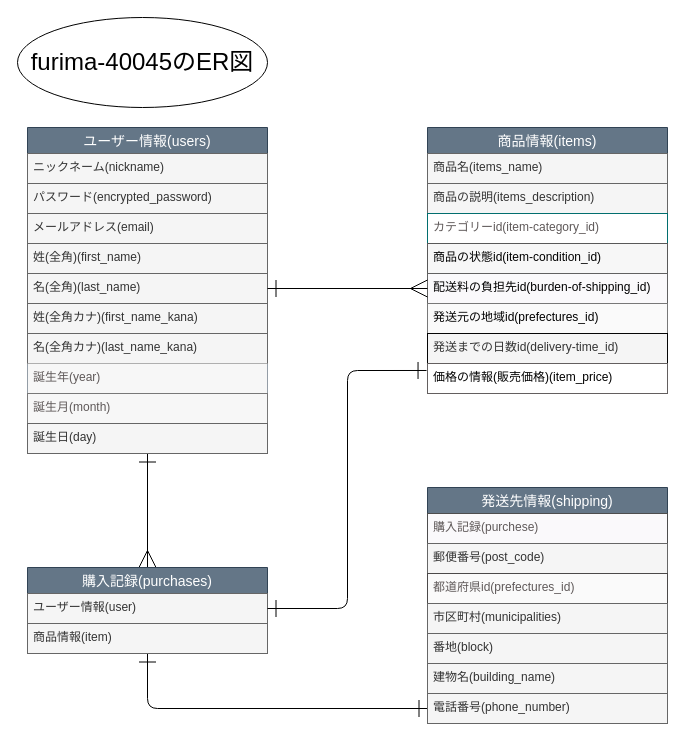
Before: page "ページ1" (1 of 2) of furimaER.dio in asukyu00/furima-40045, a draw.io diagram. Source tidied: cells renumbered, new cells numbered last; positions are measured from the earlier drawing's top-left corner, leaving out a move shared by most shapes. Both pictures are drawn from the tidied source at 100%, with x=0, y=0 at pixel (17, 17).
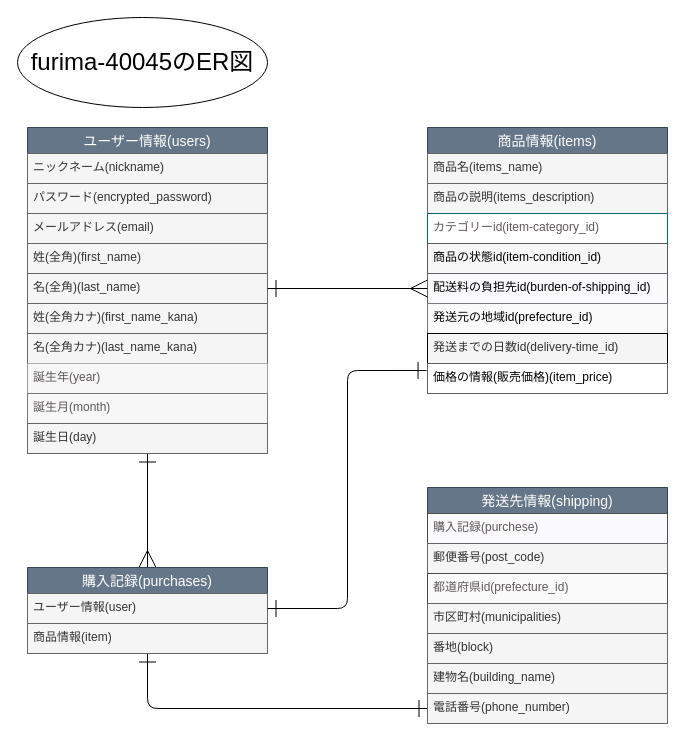
The same diagram, later.

Unchanged cells that the change refers to:
```xml
<mxCell id="15" value="商品情報(items)" style="swimlane;fontStyle=0;horizontal=1;startSize=26;align=center;fontSize=14;strokeColor=#314354;fillColor=#647687;fontColor=#ffffff;" parent="1" vertex="1">
  <mxGeometry x="410" y="110" width="240" height="266" as="geometry" />
</mxCell>
<mxCell id="28" value="発送先情報(shipping)" style="swimlane;fontStyle=0;horizontal=1;startSize=26;align=center;fontSize=14;strokeColor=#314354;fillColor=#647687;fontColor=#ffffff;" parent="1" vertex="1">
  <mxGeometry x="410" y="470" width="240" height="236" as="geometry" />
</mxCell>
```

The edit, as a diff of the source:
```diff
@@
-    <mxCell id="21" value="発送元の地域id(prefectures_id)" style="text;strokeColor=#787878;fillColor=#fafafa;spacingLeft=4;spacingRight=4;overflow=hidden;fontSize=12;fontColor=#000000;" parent="15" vertex="1">
+    <mxCell id="21" value="発送元の地域id(prefecture_id)" style="text;strokeColor=#787878;fillColor=#fafafa;spacingLeft=4;spacingRight=4;overflow=hidden;fontSize=12;fontColor=#000000;" parent="15" vertex="1">
       <mxGeometry y="176" width="240" height="30" as="geometry" />
     </mxCell>
@@
-    <mxCell id="31" value="都道府県id(prefectures_id)&#10;" style="text;strokeColor=#4b4949;fillColor=#fafafa;spacingLeft=4;spacingRight=4;overflow=hidden;fontSize=12;fontColor=#5f5959;" parent="28" vertex="1">
+    <mxCell id="31" value="都道府県id(prefecture_id)&#10;" style="text;strokeColor=#4b4949;fillColor=#fafafa;spacingLeft=4;spacingRight=4;overflow=hidden;fontSize=12;fontColor=#5f5959;" parent="28" vertex="1">
       <mxGeometry y="86" width="240" height="30" as="geometry" />
     </mxCell>
```
